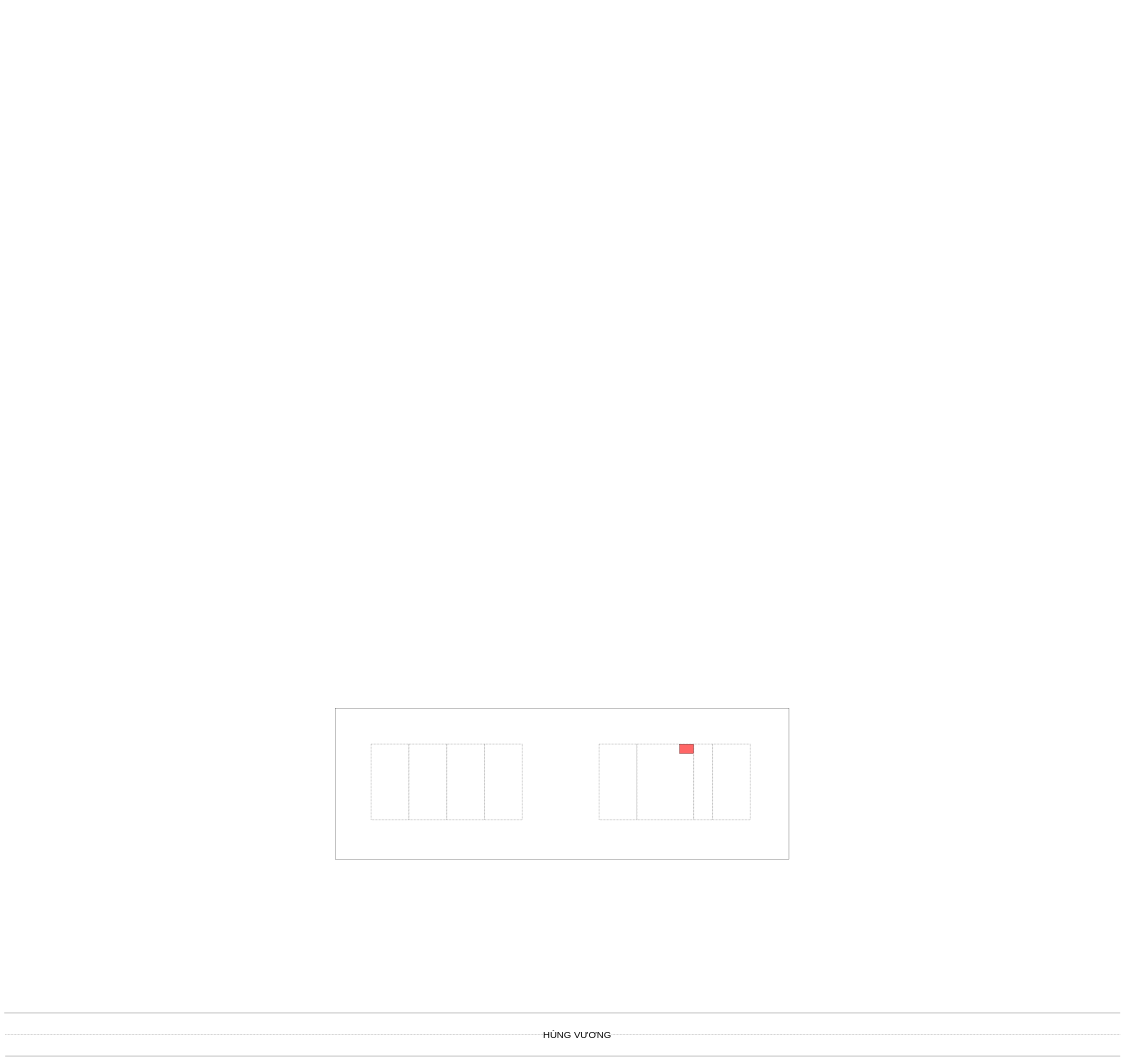
The draw.io diagram Biểu đồ không có tiêu đề.drawio in TroiNguy3n/nguyendinhchieu, before the edit. Source tidied: cells renumbered, new cells numbered last; positions are measured from the earlier drawing's top-left corner, leaving out a move shared by most shapes. Both pictures are drawn from the tidied source at 24%, with x=0, y=0 at pixel (4, 708).
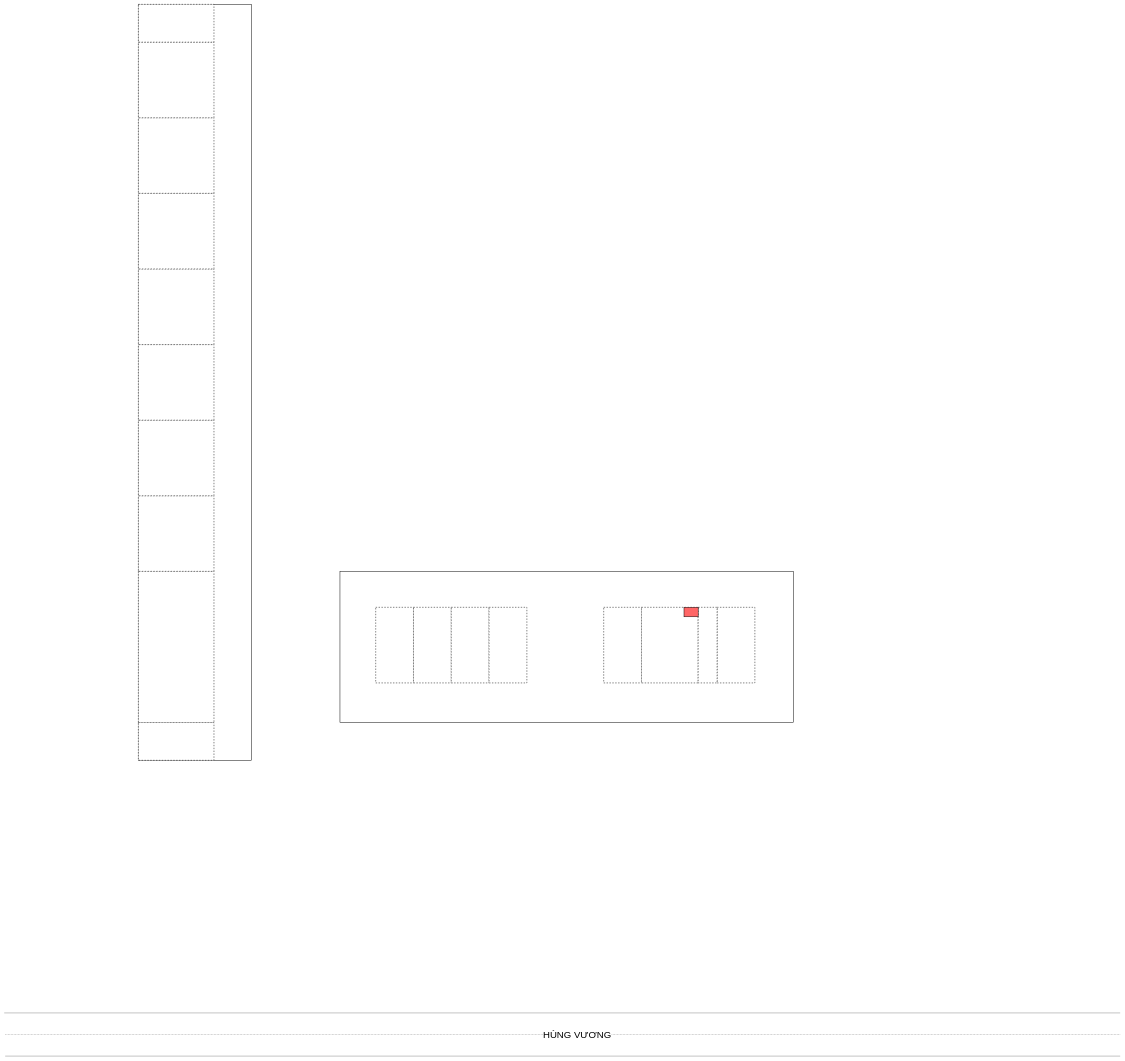
After the change.

Commit message (it also covers changes not shown here):
Cập nhật Biểu đồ không có tiêu đề.drawio

Change to the diagram source:
```diff
@@
+    <mxCell id="17" style="group;" parent="1" vertex="1">
+      <mxGeometry x="1399" y="-570" width="1889.8" height="629.9" as="geometry" />
+    </mxCell>
+    <mxCell id="16" style="rounded=0;whiteSpace=wrap;html=1;strokeColor=default;fillColor=none;strokeWidth=2;" parent="17" vertex="1">
+      <mxGeometry width="1889.8" height="629.9" as="geometry" />
+    </mxCell>
-    <mxCell id="7" style="whiteSpace=wrap;html=1;dashed=1;" parent="1" vertex="1">
-      <mxGeometry x="1529" y="150" width="157.5" height="315" as="geometry" />
+    <mxCell id="7" style="whiteSpace=wrap;html=1;dashed=1;strokeWidth=2;" parent="17" vertex="1">
+      <mxGeometry x="148.9" y="150" width="157.5" height="315" as="geometry" />
     </mxCell>
-    <mxCell id="8" style="whiteSpace=wrap;html=1;dashed=1;" parent="1" vertex="1">
-      <mxGeometry x="1686.5" y="150" width="157.5" height="315" as="geometry" />
+    <mxCell id="8" style="whiteSpace=wrap;html=1;dashed=1;strokeWidth=2;" parent="17" vertex="1">
+      <mxGeometry x="306.4" y="150" width="157.5" height="315" as="geometry" />
     </mxCell>
-    <mxCell id="9" style="whiteSpace=wrap;html=1;dashed=1;" parent="1" vertex="1">
-      <mxGeometry x="1844" y="150" width="157.5" height="315" as="geometry" />
+    <mxCell id="9" style="whiteSpace=wrap;html=1;dashed=1;strokeWidth=2;" parent="17" vertex="1">
+      <mxGeometry x="463.8" y="150" width="157.5" height="315" as="geometry" />
     </mxCell>
-    <mxCell id="10" style="whiteSpace=wrap;html=1;dashed=1;" parent="1" vertex="1">
-      <mxGeometry x="2001.4" y="150" width="157.5" height="315" as="geometry" />
+    <mxCell id="10" style="whiteSpace=wrap;html=1;dashed=1;strokeWidth=2;" parent="17" vertex="1">
+      <mxGeometry x="621.3" y="150" width="157.5" height="315" as="geometry" />
     </mxCell>
-    <mxCell id="11" style="whiteSpace=wrap;html=1;dashed=1;" parent="1" vertex="1">
-      <mxGeometry x="2479" y="150" width="157.5" height="315" as="geometry" />
+    <mxCell id="11" style="whiteSpace=wrap;html=1;dashed=1;strokeWidth=2;" parent="17" vertex="1">
+      <mxGeometry x="1098.9" y="150" width="157.5" height="315" as="geometry" />
     </mxCell>
-    <mxCell id="12" style="whiteSpace=wrap;html=1;dashed=1;" parent="1" vertex="1">
-      <mxGeometry x="2636.5" y="150" width="236.2" height="315" as="geometry" />
+    <mxCell id="12" style="whiteSpace=wrap;html=1;dashed=1;strokeWidth=2;" parent="17" vertex="1">
+      <mxGeometry x="1256.4" y="150" width="236.2" height="315" as="geometry" />
     </mxCell>
-    <mxCell id="13" style="whiteSpace=wrap;html=1;dashed=1;" parent="1" vertex="1">
-      <mxGeometry x="2951.4" y="150" width="157.5" height="315" as="geometry" />
+    <mxCell id="13" style="whiteSpace=wrap;html=1;dashed=1;strokeWidth=2;" parent="17" vertex="1">
+      <mxGeometry x="1571.3" y="150" width="157.5" height="315" as="geometry" />
     </mxCell>
-    <mxCell id="14" style="whiteSpace=wrap;html=1;dashed=1;" parent="1" vertex="1">
-      <mxGeometry x="2872.7" y="150" width="78.7" height="315" as="geometry" />
+    <mxCell id="14" style="whiteSpace=wrap;html=1;dashed=1;strokeWidth=2;" parent="17" vertex="1">
+      <mxGeometry x="1492.6" y="150" width="78.7" height="315" as="geometry" />
     </mxCell>
-    <mxCell id="15" style="rounded=0;whiteSpace=wrap;html=1;fillColor=#FF6666;" parent="1" vertex="1">
-      <mxGeometry x="2813.7" y="150" width="59.1" height="39.4" as="geometry" />
+    <mxCell id="15" style="rounded=0;whiteSpace=wrap;html=1;fillColor=#FF6666;strokeWidth=2;" parent="17" vertex="1">
+      <mxGeometry x="1433.5" y="150" width="59.1" height="39.4" as="geometry" />
     </mxCell>
-    <mxCell id="16" style="rounded=0;whiteSpace=wrap;html=1;strokeColor=default;fillColor=none;" parent="1" vertex="1">
-      <mxGeometry x="1380.1" width="1889.8" height="629.9" as="geometry" />
-    </mxCell>
+    <mxCell id="18" style="group;" parent="1" vertex="1">
+      <mxGeometry x="559" y="-2932.4" width="472.4" height="3149.8" as="geometry" />
+    </mxCell>
+    <mxCell id="19" style="rounded=0;whiteSpace=wrap;html=1;fillColor=none;strokeWidth=2;" parent="18" vertex="1">
+      <mxGeometry y="0.2" width="472.4" height="3149.6" as="geometry" />
+    </mxCell>
+    <mxCell id="20" style="rounded=0;whiteSpace=wrap;html=1;dashed=1;strokeWidth=2;" parent="18" vertex="1">
+      <mxGeometry y="2362.4" width="315" height="629.9" as="geometry" />
+    </mxCell>
+    <mxCell id="21" style="rounded=0;whiteSpace=wrap;html=1;dashed=1;strokeWidth=2;" parent="18" vertex="1">
+      <mxGeometry y="2047.5" width="315" height="315" as="geometry" />
+    </mxCell>
+    <mxCell id="22" style="rounded=0;whiteSpace=wrap;html=1;dashed=1;strokeWidth=2;" parent="18" vertex="1">
+      <mxGeometry y="1732.5" width="315" height="315" as="geometry" />
+    </mxCell>
+    <mxCell id="23" style="rounded=0;whiteSpace=wrap;html=1;dashed=1;strokeWidth=2;" parent="18" vertex="1">
+      <mxGeometry y="1417.6" width="315" height="315" as="geometry" />
+    </mxCell>
+    <mxCell id="24" style="rounded=0;whiteSpace=wrap;html=1;dashed=1;strokeWidth=2;" parent="18" vertex="1">
+      <mxGeometry y="1102.6" width="315" height="315" as="geometry" />
+    </mxCell>
+    <mxCell id="25" style="rounded=0;whiteSpace=wrap;html=1;dashed=1;strokeWidth=2;" parent="18" vertex="1">
+      <mxGeometry y="787.4" width="315" height="315" as="geometry" />
+    </mxCell>
+    <mxCell id="26" style="rounded=0;whiteSpace=wrap;html=1;dashed=1;strokeWidth=2;" parent="18" vertex="1">
+      <mxGeometry y="472.4" width="315" height="315" as="geometry" />
+    </mxCell>
+    <mxCell id="27" style="rounded=0;whiteSpace=wrap;html=1;dashed=1;strokeWidth=2;" parent="18" vertex="1">
+      <mxGeometry y="157.5" width="315" height="315" as="geometry" />
+    </mxCell>
+    <mxCell id="28" style="rounded=0;whiteSpace=wrap;html=1;dashed=1;strokeWidth=2;" parent="18" vertex="1">
+      <mxGeometry width="315" height="157.5" as="geometry" />
+    </mxCell>
+    <mxCell id="29" style="rounded=0;whiteSpace=wrap;html=1;dashed=1;strokeWidth=2;" parent="18" vertex="1">
+      <mxGeometry y="2992.4" width="315" height="157.5" as="geometry" />
+    </mxCell>
```
